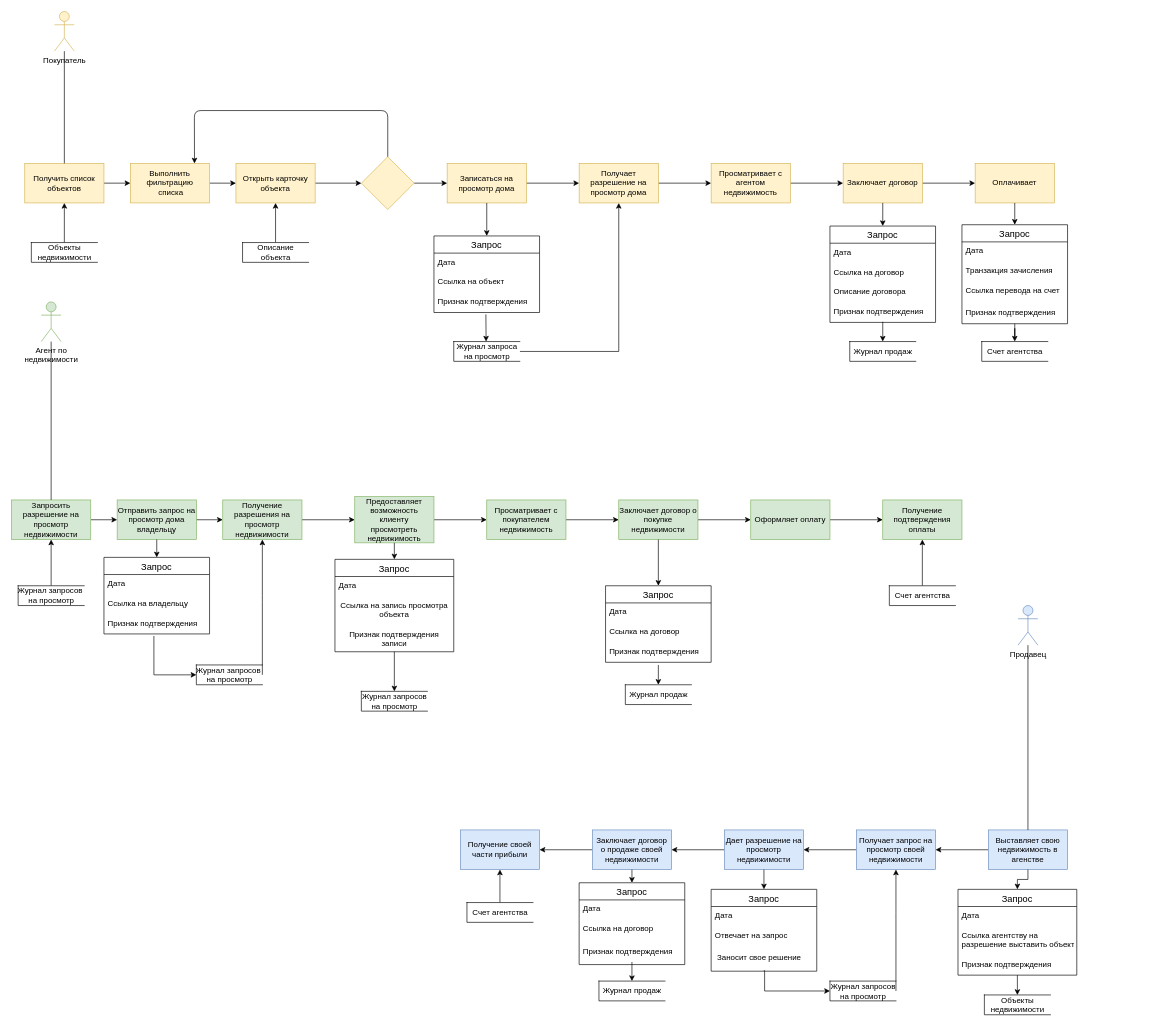
Above: page "Page-1" (1 of 2) of Untitled Diagram.drawio in aleksey899/Boom21 (draw.io), before the change. Source tidied: cells renumbered, new cells numbered last; positions are measured from the earlier drawing's top-left corner, leaving out a move shared by most shapes. Both pictures are drawn from the tidied source at 66%, with x=0, y=0 at pixel (11, 11).
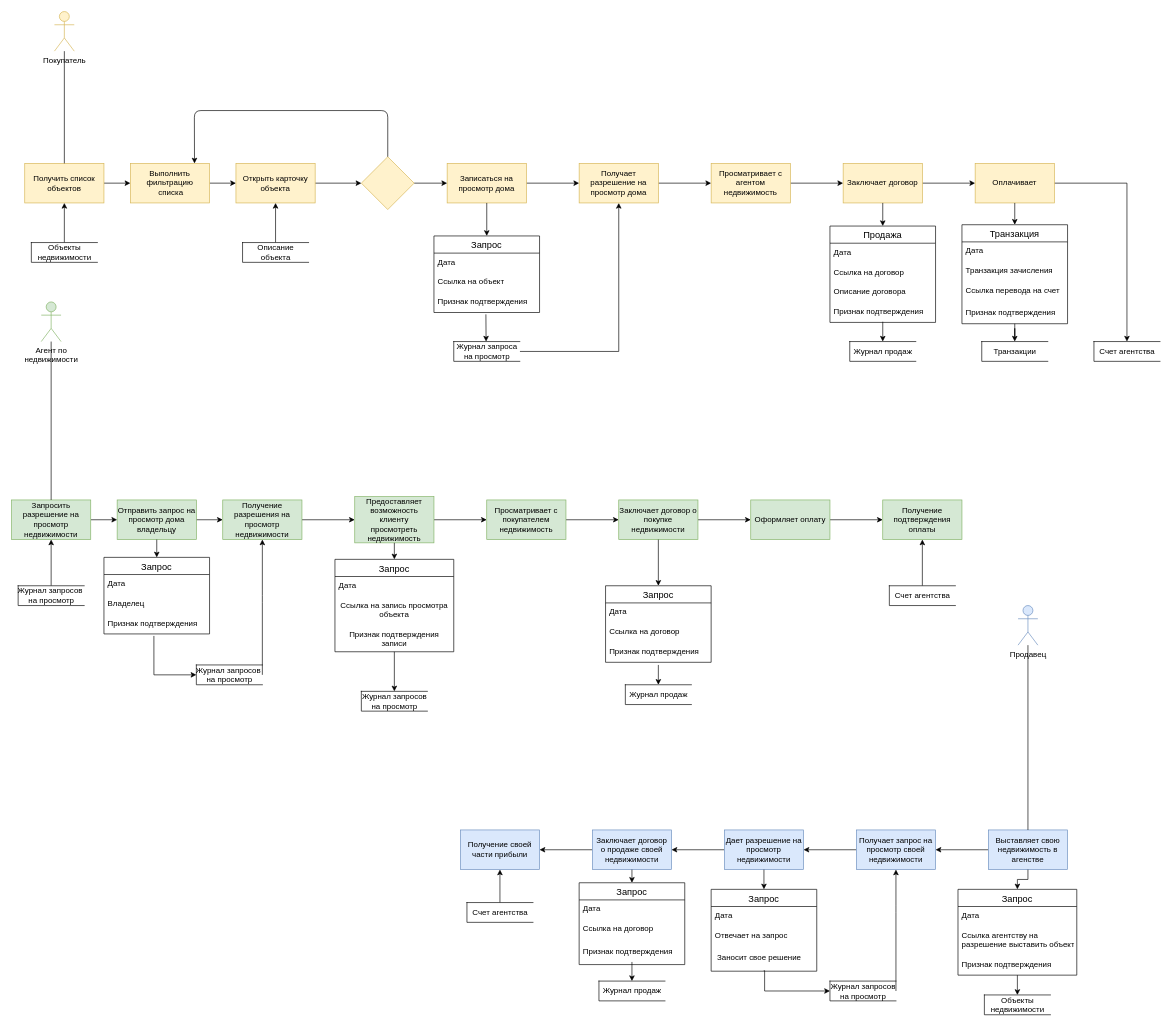
After the change.

Unchanged cells that the change refers to:
```xml
<mxCell id="52" value="Оплачивает" style="whiteSpace=wrap;html=1;rounded=0;strokeColor=#d6b656;fillColor=#fff2cc;" parent="1" vertex="1">
  <mxGeometry x="1460" y="230" width="120" height="60" as="geometry" />
</mxCell>
<mxCell id="104" value="Запрос" style="swimlane;fontStyle=0;horizontal=1;startSize=26;align=center;fontSize=14;" parent="1" vertex="1">
  <mxGeometry x="140" y="827" width="160" height="116" as="geometry" />
</mxCell>
```

Diff of the diagram source:
```diff
@@
+    <mxCell id="128" style="edgeStyle=orthogonalEdgeStyle;rounded=0;jettySize=auto;html=1;" parent="1" edge="1" source="52" target="129">
+      <mxGeometry relative="1" as="geometry" />
+    </mxCell>
@@
-    <mxCell id="53" value="Счет агентства" style="html=1;dashed=0;whitespace=wrap;shape=partialRectangle;right=0;" parent="1" vertex="1">
+    <mxCell id="53" value="Транзакции" style="html=1;dashed=0;whitespace=wrap;shape=partialRectangle;right=0;" parent="1" vertex="1">
       <mxGeometry x="1470" y="500" width="100" height="30" as="geometry" />
     </mxCell>
@@
-    <mxCell id="84" value="Запрос" style="swimlane;fontStyle=0;horizontal=1;startSize=26;align=center;fontSize=14;" parent="1" vertex="1">
+    <mxCell id="84" value="Продажа" style="swimlane;fontStyle=0;horizontal=1;startSize=26;align=center;fontSize=14;" parent="1" vertex="1">
       <mxGeometry x="1240" y="325" width="160" height="146" as="geometry" />
     </mxCell>
@@
-    <mxCell id="92" value="Запрос" style="swimlane;fontStyle=0;horizontal=1;startSize=26;align=center;fontSize=14;" parent="1" vertex="1">
+    <mxCell id="92" value="Транзакция" style="swimlane;fontStyle=0;horizontal=1;startSize=26;align=center;fontSize=14;" parent="1" vertex="1">
       <mxGeometry x="1440" y="323" width="160" height="150" as="geometry" />
     </mxCell>
@@
-    <mxCell id="106" value="Ссылка на владельцу" style="text;strokeColor=none;fillColor=none;spacingLeft=4;spacingRight=4;overflow=hidden;fontSize=12;" parent="104" vertex="1">
+    <mxCell id="106" value="Владелец" style="text;strokeColor=none;fillColor=none;spacingLeft=4;spacingRight=4;overflow=hidden;fontSize=12;" parent="104" vertex="1">
       <mxGeometry y="56" width="160" height="30" as="geometry" />
     </mxCell>
@@
+    <mxCell id="129" value="Счет агентства" style="html=1;dashed=0;whitespace=wrap;shape=partialRectangle;right=0;" parent="1" vertex="1">
+      <mxGeometry x="1640" y="500" width="100" height="30" as="geometry" />
+    </mxCell>
```
